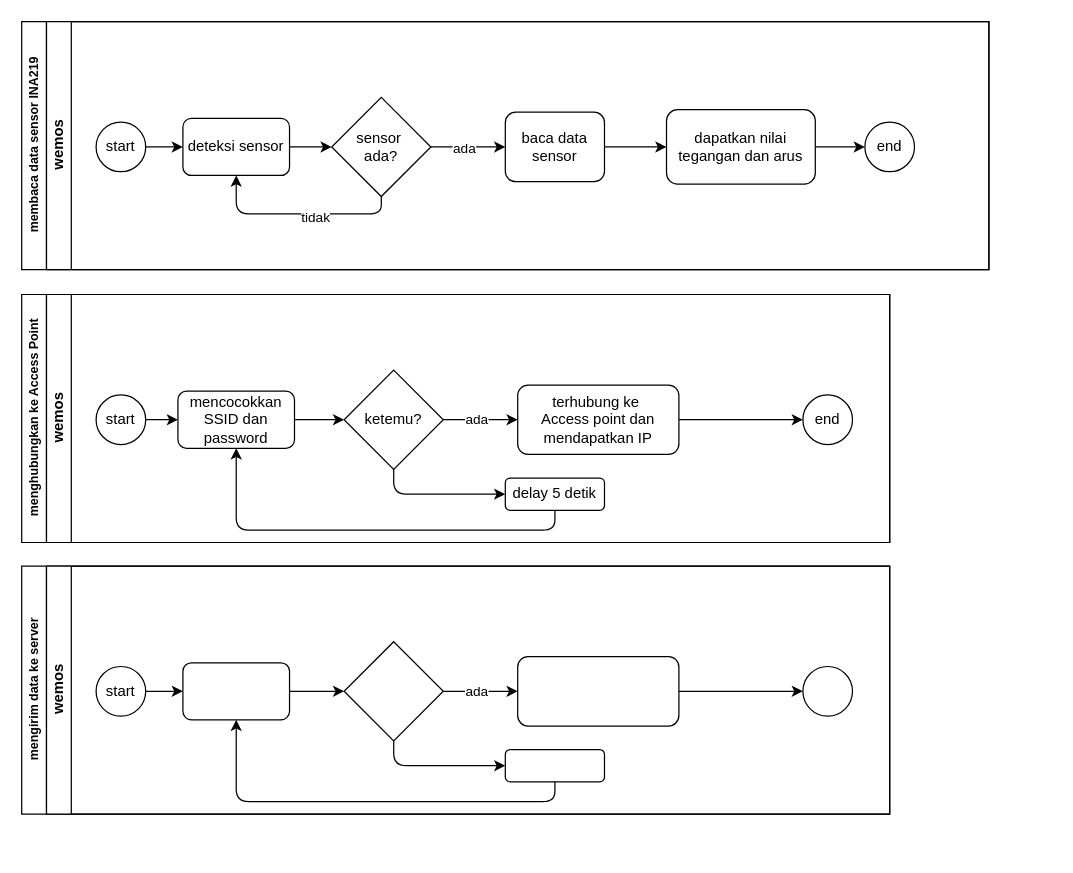
Earlier version of the draw.io diagram page "BPMN" (2 of 2) of LiFePo4-monitor.drawio (eenattayani/desain). Source tidied: cells renumbered, new cells numbered last; positions are measured from the earlier drawing's top-left corner, leaving out a move shared by most shapes. Both pictures are drawn from the tidied source at 124%, with x=0, y=0 at pixel (21, 21).
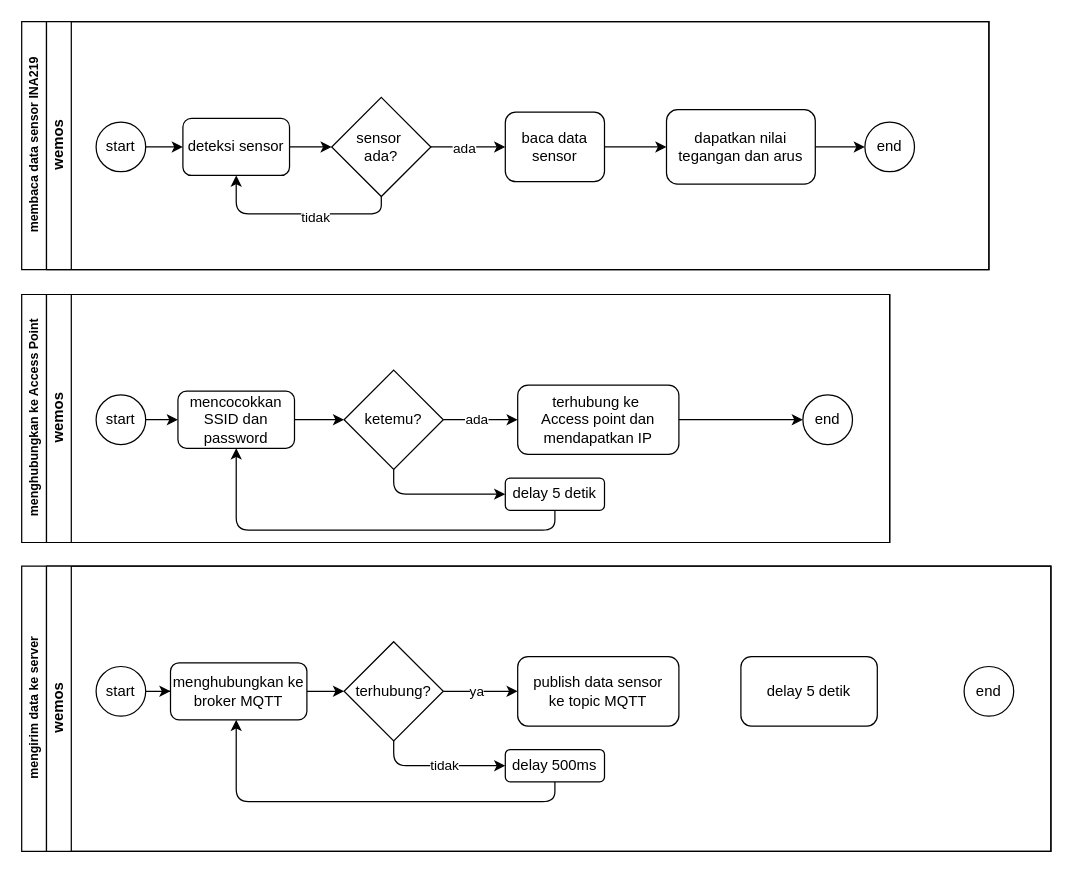
The same diagram, later.

Unchanged cells that the change refers to:
```xml
<mxCell id="44" style="edgeStyle=orthogonalEdgeStyle;rounded=1;jettySize=auto;html=1;entryX=0;entryY=0.5;entryDx=0;entryDy=0;curved=0;" parent="38" edge="1" source="47" target="49">
  <mxGeometry relative="1" as="geometry" />
</mxCell>
<mxCell id="46" style="edgeStyle=orthogonalEdgeStyle;rounded=1;jettySize=auto;html=1;entryX=0;entryY=0.5;entryDx=0;entryDy=0;exitX=0.5;exitY=1;exitDx=0;exitDy=0;curved=0;" parent="38" edge="1" source="47" target="52">
  <mxGeometry relative="1" as="geometry" />
</mxCell>
```

The edit, as a diff of the source:
```diff
@@
     <mxCell id="37" value="mengirim data ke server" style="swimlane;html=1;horizontal=0;startSize=20;fontSize=10;" parent="1" vertex="1">
-      <mxGeometry y="439" width="700" height="200" as="geometry" />
+      <mxGeometry y="439" width="830" height="230" as="geometry" />
     </mxCell>
     <mxCell id="38" value="wemos" style="swimlane;html=1;startSize=20;horizontal=0;" parent="37" vertex="1">
-      <mxGeometry x="20" width="680" height="200" as="geometry" />
+      <mxGeometry x="20" width="810" height="230" as="geometry" />
     </mxCell>
@@
-    <mxCell id="42" style="rounded=1;whiteSpace=wrap;html=1;fontFamily=Helvetica;fontSize=12;fontColor=#000000;align=center;" parent="38" vertex="1">
-      <mxGeometry x="110" y="78" width="86" height="46" as="geometry" />
+    <mxCell id="42" value="menghubungkan ke broker MQTT" style="rounded=1;whiteSpace=wrap;html=1;fontFamily=Helvetica;fontSize=12;fontColor=#000000;align=center;" parent="38" vertex="1">
+      <mxGeometry x="100" y="78" width="110" height="46" as="geometry" />
     </mxCell>
@@
-    <mxCell id="45" value="ada" style="edgeLabel;html=1;align=center;verticalAlign=middle;" parent="44" vertex="1">
+    <mxCell id="45" value="ya" style="edgeLabel;html=1;align=center;verticalAlign=middle;" parent="44" vertex="1">
       <mxGeometry x="-0.02" y="2" relative="1" as="geometry">
         <mxPoint x="-3" y="1" as="offset" />
       </mxGeometry>
     </mxCell>
@@
+    <mxCell id="54" value="tidak" style="edgeLabel;html=1;align=center;verticalAlign=middle;" parent="46" vertex="1">
+      <mxGeometry x="0.04" y="2" relative="1" as="geometry">
+        <mxPoint x="3" y="1" as="offset" />
+      </mxGeometry>
+    </mxCell>
-    <mxCell id="47" style="rhombus;whiteSpace=wrap;html=1;" parent="38" vertex="1">
+    <mxCell id="47" value="terhubung?" style="rhombus;whiteSpace=wrap;html=1;" parent="38" vertex="1">
       <mxGeometry x="240" y="61" width="80" height="80" as="geometry" />
     </mxCell>
-    <mxCell id="48" style="ellipse;whiteSpace=wrap;html=1;shadow=0;" parent="38" vertex="1">
-      <mxGeometry x="610" y="81" width="40" height="40" as="geometry" />
+    <mxCell id="48" value="end" style="ellipse;whiteSpace=wrap;html=1;shadow=0;" parent="38" vertex="1">
+      <mxGeometry x="740" y="81" width="40" height="40" as="geometry" />
     </mxCell>
-    <mxCell id="49" style="rounded=1;whiteSpace=wrap;html=1;fontFamily=Helvetica;fontSize=12;fontColor=#000000;align=center;" parent="38" vertex="1">
+    <mxCell id="49" value="publish data sensor&lt;div&gt;ke topic MQTT&lt;/div&gt;" style="rounded=1;whiteSpace=wrap;html=1;fontFamily=Helvetica;fontSize=12;fontColor=#000000;align=center;" parent="38" vertex="1">
       <mxGeometry x="380" y="73" width="130" height="56" as="geometry" />
     </mxCell>
-    <mxCell id="50" style="edgeStyle=orthogonalEdgeStyle;rounded=0;jettySize=auto;html=1;exitX=1;exitY=0.5;exitDx=0;exitDy=0;" parent="38" edge="1" source="49" target="48">
-      <mxGeometry relative="1" as="geometry" />
-    </mxCell>
-    <mxCell id="51" style="edgeStyle=orthogonalEdgeStyle;rounded=1;jettySize=auto;html=1;entryX=0.5;entryY=1;entryDx=0;entryDy=0;curved=0;" parent="38" edge="1" source="52" target="42">
+    <mxCell id="51" style="edgeStyle=orthogonalEdgeStyle;rounded=1;jettySize=auto;html=1;curved=0;" parent="38" edge="1" source="52" target="42">
       <mxGeometry relative="1" as="geometry">
         <Array as="points">
           <mxPoint x="410" y="190" />
           <mxPoint x="153" y="190" />
         </Array>
       </mxGeometry>
     </mxCell>
-    <mxCell id="52" style="rounded=1;whiteSpace=wrap;html=1;fontFamily=Helvetica;fontSize=12;fontColor=#000000;align=center;" parent="38" vertex="1">
+    <mxCell id="52" value="delay 500ms" style="rounded=1;whiteSpace=wrap;html=1;fontFamily=Helvetica;fontSize=12;fontColor=#000000;align=center;" parent="38" vertex="1">
       <mxGeometry x="370" y="148" width="80" height="26" as="geometry" />
     </mxCell>
+    <mxCell id="55" value="delay 5 detik" style="rounded=1;whiteSpace=wrap;html=1;fontFamily=Helvetica;fontSize=12;fontColor=#000000;align=center;" parent="38" vertex="1">
+      <mxGeometry x="560" y="73" width="110" height="56" as="geometry" />
+    </mxCell>
```
